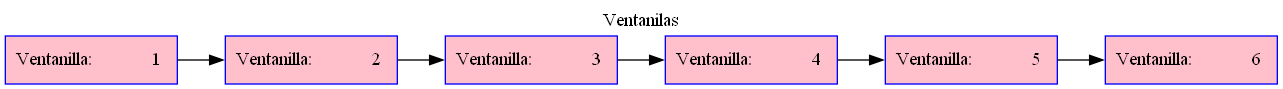
The Graphviz diagram EDD_F1/ventanas.dot.png in Samashoas/EDD_PROYECTO_202109705, before a commit. Its source is kept beside it as EDD_F1/ventanas.dot.
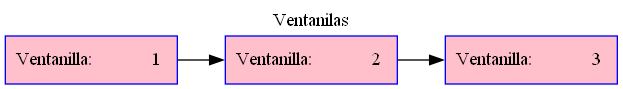
After the change.

Diff of the diagram source:
```diff
@@ -8,10 +8,4 @@
      "Node           2 " [label="Ventanilla:            2 "];
      "Node           2 " -> "Node           3 ";
      "Node           3 " [label="Ventanilla:            3 "];
-     "Node           3 " -> "Node           4 ";
-     "Node           4 " [label="Ventanilla:            4 "];
-     "Node           4 " -> "Node           5 ";
-     "Node           5 " [label="Ventanilla:            5 "];
-     "Node           5 " -> "Node           6 ";
-     "Node           6 " [label="Ventanilla:            6 "];
  }
```
